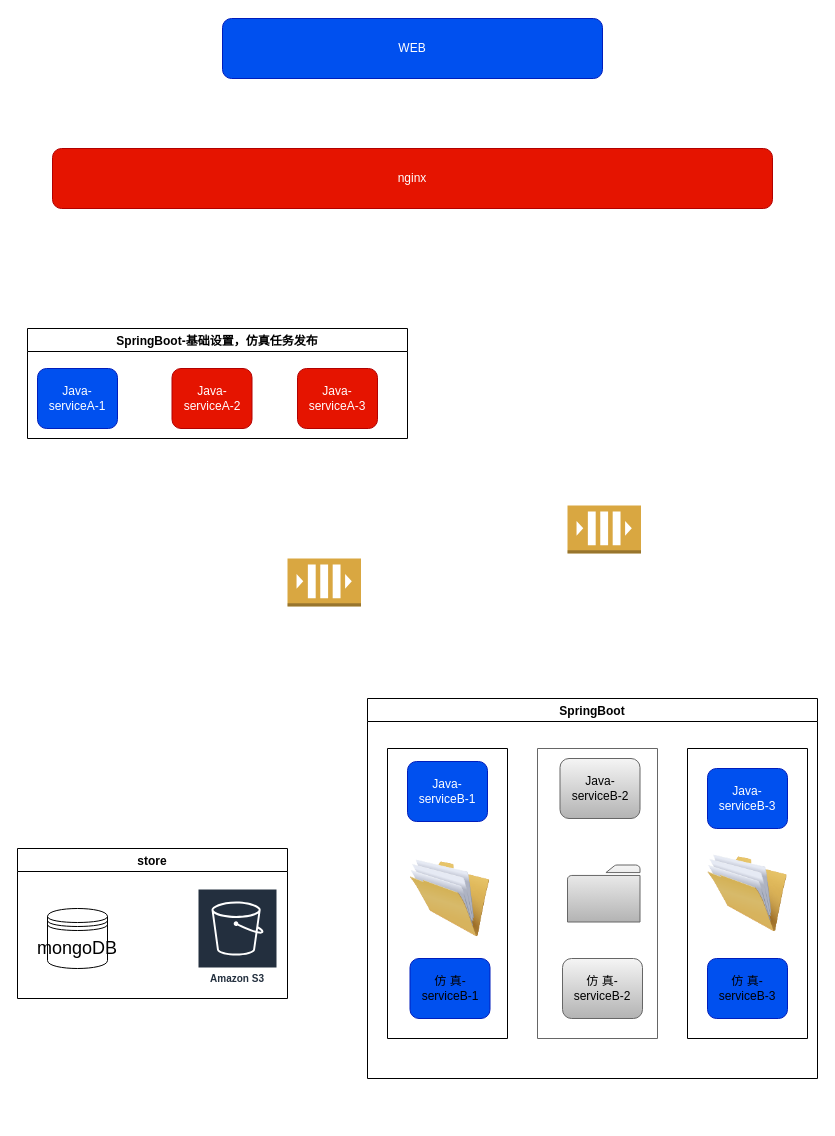
Above: doc/TechBusiness.drawio in yezhen701/VTCAD (draw.io), before the change. Source tidied: cells renumbered, new cells numbered last; positions are measured from the earlier drawing's top-left corner, leaving out a move shared by most shapes. Both pictures are drawn from the tidied source at 100%, with x=0, y=0 at pixel (17, 18). Pictures stored in the file or linked from it are replaced by grey dashed boxes.
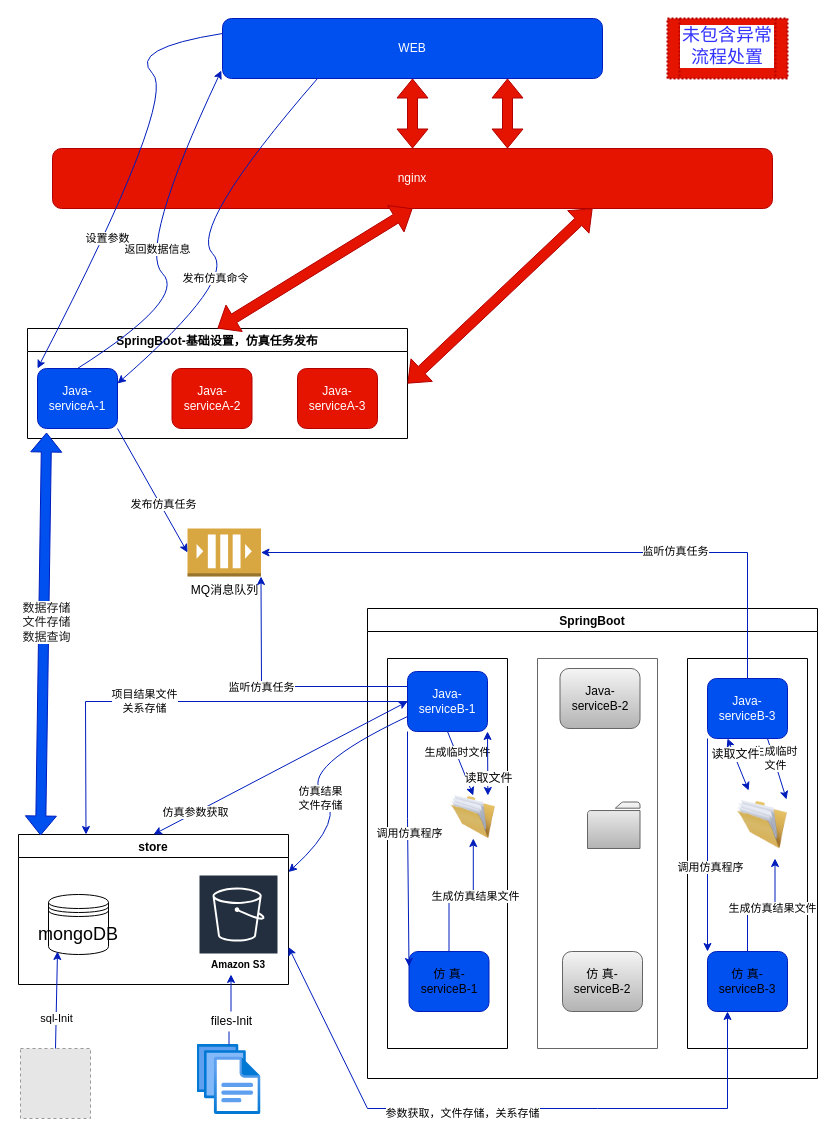
The same diagram, later.

The change refers to these unchanged cells:
```xml
<mxCell id="2" value="WEB" style="rounded=1;whiteSpace=wrap;html=1;fontColor=#ffffff;strokeColor=#001DBC;fillColor=#0050ef;" parent="1" vertex="1">
  <mxGeometry x="205" width="380" height="60" as="geometry" />
</mxCell>
<mxCell id="4" value="mongoDB" style="shape=datastore;whiteSpace=wrap;html=1;fontSize=18;fillColor=default;strokeColor=default;fontColor=default;" parent="3" vertex="1">
  <mxGeometry x="30" y="60" width="60" height="60" as="geometry" />
</mxCell>
<mxCell id="6" value="nginx" style="rounded=1;whiteSpace=wrap;html=1;fontColor=#ffffff;strokeColor=#B20000;fillColor=#e51400;" parent="1" vertex="1">
  <mxGeometry x="35" y="130" width="720" height="60" as="geometry" />
</mxCell>
<mxCell id="7" value="SpringBoot-基础设置，仿真任务发布" style="swimlane;fontColor=default;strokeColor=default;fillColor=default;" parent="1" vertex="1">
  <mxGeometry x="10" y="310" width="380" height="110" as="geometry" />
</mxCell>
<mxCell id="8" value="Java-serviceA-1" style="rounded=1;whiteSpace=wrap;html=1;fontColor=#ffffff;strokeColor=#001DBC;fillColor=#0050ef;" parent="7" vertex="1">
  <mxGeometry x="10" y="40" width="80" height="60" as="geometry" />
</mxCell>
<mxCell id="17" value="Java-serviceB-1" style="rounded=1;whiteSpace=wrap;html=1;fontColor=#ffffff;strokeColor=#001DBC;fillColor=#0050ef;" parent="16" vertex="1">
  <mxGeometry x="20" y="13" width="80" height="60" as="geometry" />
</mxCell>
<mxCell id="21" value="Java-serviceB-3" style="rounded=1;whiteSpace=wrap;html=1;strokeColor=#001DBC;fillColor=#0050ef;fontColor=#ffffff;" parent="20" vertex="1">
  <mxGeometry x="20" y="20" width="80" height="60" as="geometry" />
</mxCell>
```

What changed in the source:
```diff
@@
     <mxCell id="3" value="store" style="swimlane;fontColor=default;strokeColor=default;fillColor=default;" parent="1" vertex="1">
-      <mxGeometry y="830" width="270" height="150" as="geometry" />
+      <mxGeometry x="1" y="816" width="270" height="150" as="geometry" />
     </mxCell>
@@
-    <mxCell id="5" value="Amazon S3" style="sketch=0;outlineConnect=0;fontColor=#232F3E;gradientColor=none;strokeColor=#ffffff;fillColor=#232F3E;dashed=0;verticalLabelPosition=middle;verticalAlign=bottom;align=center;html=1;whiteSpace=wrap;fontSize=10;fontStyle=1;spacing=3;shape=mxgraph.aws4.productIcon;prIcon=mxgraph.aws4.s3;" parent="3" vertex="1">
+    <mxCell id="5" value="Amazon S3" style="sketch=0;outlineConnect=0;fontColor=default;gradientColor=none;strokeColor=#ffffff;fillColor=#232F3E;dashed=0;verticalLabelPosition=middle;verticalAlign=bottom;align=center;html=1;whiteSpace=wrap;fontSize=10;fontStyle=1;spacing=3;shape=mxgraph.aws4.productIcon;prIcon=mxgraph.aws4.s3;" parent="3" vertex="1">
       <mxGeometry x="180" y="40" width="80" height="100" as="geometry" />
     </mxCell>
@@
     <mxCell id="11" value="SpringBoot" style="swimlane;fontColor=default;strokeColor=default;fillColor=default;" parent="1" vertex="1">
-      <mxGeometry x="350" y="680" width="450" height="380" as="geometry" />
+      <mxGeometry x="350" y="590" width="450" height="470" as="geometry" />
     </mxCell>
     <mxCell id="12" style="swimlane;startSize=0;fontColor=#333333;strokeColor=#666666;fillColor=#E6E6E6;" parent="11" vertex="1">
-      <mxGeometry x="170" y="50" width="120" height="290" as="geometry" />
+      <mxGeometry x="170" y="50" width="120" height="390" as="geometry" />
     </mxCell>
@@
     <mxCell id="14" value="仿 真-serviceB-2" style="rounded=1;whiteSpace=wrap;html=1;strokeColor=#666666;fillColor=#f5f5f5;gradientColor=#b3b3b3;fontColor=default;" parent="12" vertex="1">
-      <mxGeometry x="25" y="210" width="80" height="60" as="geometry" />
+      <mxGeometry x="25" y="293" width="80" height="60" as="geometry" />
     </mxCell>
     <mxCell id="15" style="sketch=0;shadow=0;dashed=0;html=1;strokeColor=#666666;fillColor=#f5f5f5;labelPosition=center;verticalLabelPosition=bottom;verticalAlign=top;align=center;shape=mxgraph.office.concepts.folder;dashPattern=1 1;labelBackgroundColor=#ffffff;gradientColor=#b3b3b3;fontColor=default;" parent="12" vertex="1">
-      <mxGeometry x="30" y="116.5" width="72.5" height="57" as="geometry" />
+      <mxGeometry x="50" y="143.5" width="52.5" height="46.5" as="geometry" />
     </mxCell>
     <mxCell id="16" style="swimlane;startSize=0;fontColor=default;strokeColor=default;fillColor=default;" parent="11" vertex="1">
-      <mxGeometry x="20" y="50" width="120" height="290" as="geometry" />
+      <mxGeometry x="20" y="50" width="120" height="390" as="geometry" />
     </mxCell>
@@
+    <mxCell id="26" style="edgeStyle=orthogonalEdgeStyle;rounded=0;jettySize=auto;html=1;labelBackgroundColor=default;fontColor=default;strokeColor=#001DBC;fillColor=#0050ef;" parent="16" edge="1" source="18" target="19">
+      <mxGeometry relative="1" as="geometry" />
+    </mxCell>
+    <mxCell id="27" value="生成仿真结果文件" style="edgeLabel;html=1;align=center;verticalAlign=middle;fontColor=default;" parent="26" vertex="1">
+      <mxGeometry x="0.18" y="-2" relative="1" as="geometry">
+        <mxPoint y="1" as="offset" />
+      </mxGeometry>
+    </mxCell>
     <mxCell id="18" value="仿 真-serviceB-1" style="rounded=1;whiteSpace=wrap;html=1;fontColor=default;strokeColor=#001DBC;fillColor=#0050ef;" parent="16" vertex="1">
-      <mxGeometry x="22.5" y="210" width="80" height="60" as="geometry" />
+      <mxGeometry x="21.5" y="293" width="80" height="60" as="geometry" />
     </mxCell>
     <mxCell id="19" style="image;html=1;image=img/lib/clip_art/general/Full_Folder_128x128.png;shadow=0;dashed=0;labelBackgroundColor=#ffffff;fontColor=default;strokeColor=default;strokeWidth=2;fillColor=none;verticalAlign=top;" parent="16" vertex="1">
-      <mxGeometry x="22.5" y="110" width="80" height="80" as="geometry" />
+      <mxGeometry x="56.5" y="137" width="58.5" height="43" as="geometry" />
     </mxCell>
+    <mxCell id="28" style="endArrow=classic;html=1;rounded=0;labelBackgroundColor=default;fontColor=default;strokeColor=#001DBC;exitX=0.5;exitY=1;exitDx=0;exitDy=0;entryX=0.5;entryY=0;entryDx=0;entryDy=0;fillColor=#0050ef;" parent="16" edge="1" source="17" target="19">
+      <mxGeometry relative="1" as="geometry" />
+    </mxCell>
+    <mxCell id="29" value="生成临时文件" style="edgeLabel;html=1;align=center;verticalAlign=middle;fontColor=default;" parent="28" vertex="1">
+      <mxGeometry x="-0.34" y="1" relative="1" as="geometry" />
+    </mxCell>
+    <mxCell id="30" style="endArrow=classic;html=1;rounded=0;labelBackgroundColor=default;fontColor=default;strokeColor=#001DBC;exitX=0;exitY=1;exitDx=0;exitDy=0;entryX=0;entryY=0.25;entryDx=0;entryDy=0;fillColor=#0050ef;" parent="16" edge="1" source="17" target="18">
+      <mxGeometry relative="1" as="geometry">
+        <Array as="points">
+          <mxPoint x="20" y="160" />
+        </Array>
+      </mxGeometry>
+    </mxCell>
+    <mxCell id="31" value="调用仿真程序" style="edgeLabel;html=1;align=center;verticalAlign=middle;fontColor=default;" parent="30" vertex="1">
+      <mxGeometry x="-0.13" y="1" relative="1" as="geometry" />
+    </mxCell>
+    <mxCell id="32" style="endArrow=classic;startArrow=classic;html=1;rounded=0;labelBackgroundColor=default;fontSize=12;fontColor=default;strokeColor=#001DBC;entryX=1;entryY=1;entryDx=0;entryDy=0;exitX=0.75;exitY=0;exitDx=0;exitDy=0;fillColor=#0050ef;" parent="16" edge="1" source="19" target="17">
+      <mxGeometry relative="1" as="geometry" />
+    </mxCell>
+    <mxCell id="33" value="读取文件" style="edgeLabel;html=1;align=center;verticalAlign=middle;fontSize=12;fontColor=default;labelBackgroundColor=default;" parent="32" vertex="1">
+      <mxGeometry x="-0.45" relative="1" as="geometry" />
+    </mxCell>
     <mxCell id="20" style="swimlane;startSize=0;fontColor=default;strokeColor=default;fillColor=default;" parent="11" vertex="1">
-      <mxGeometry x="320" y="50" width="120" height="290" as="geometry" />
+      <mxGeometry x="320" y="50" width="120" height="390" as="geometry" />
     </mxCell>
@@
     <mxCell id="22" value="仿 真-serviceB-3" style="rounded=1;whiteSpace=wrap;html=1;strokeColor=#001DBC;fillColor=#0050ef;fontColor=default;" parent="20" vertex="1">
-      <mxGeometry x="20" y="210" width="80" height="60" as="geometry" />
+      <mxGeometry x="20" y="293" width="80" height="60" as="geometry" />
     </mxCell>
     <mxCell id="23" style="image;html=1;image=img/lib/clip_art/general/Full_Folder_128x128.png;shadow=0;dashed=0;labelBackgroundColor=#ffffff;fontColor=default;strokeColor=default;strokeWidth=2;fillColor=none;verticalAlign=top;" parent="20" vertex="1">
-      <mxGeometry x="20" y="105" width="80" height="80" as="geometry" />
+      <mxGeometry x="50" y="132" width="50" height="68" as="geometry" />
     </mxCell>
-    <mxCell id="24" style="dashed=0;verticalLabelPosition=bottom;verticalAlign=top;align=center;html=1;shape=mxgraph.aws3.queue;fillColor=#D9A741;gradientColor=none;fontColor=default;strokeColor=default;" parent="1" vertex="1">
-      <mxGeometry x="550" y="487" width="73.5" height="48" as="geometry" />
-    </mxCell>
+    <mxCell id="34" style="endArrow=classic;html=1;rounded=0;labelBackgroundColor=default;fontColor=default;strokeColor=#001DBC;exitX=0.75;exitY=1;exitDx=0;exitDy=0;entryX=0.98;entryY=0.132;entryDx=0;entryDy=0;fillColor=#0050ef;entryPerimeter=0;" parent="20" edge="1" source="21" target="23">
+      <mxGeometry relative="1" as="geometry" />
+    </mxCell>
+    <mxCell id="35" value="生成临时&lt;br&gt;文件" style="edgeLabel;html=1;align=center;verticalAlign=middle;fontColor=default;labelBackgroundColor=default;" parent="34" vertex="1">
+      <mxGeometry x="-0.34" y="1" relative="1" as="geometry" />
+    </mxCell>
+    <mxCell id="36" style="edgeStyle=orthogonalEdgeStyle;rounded=0;jettySize=auto;html=1;labelBackgroundColor=default;fontColor=default;strokeColor=#001DBC;fillColor=#0050ef;entryX=0.75;entryY=1;entryDx=0;entryDy=0;exitX=0.5;exitY=0;exitDx=0;exitDy=0;" parent="20" edge="1" source="22" target="23">
+      <mxGeometry relative="1" as="geometry" />
+    </mxCell>
+    <mxCell id="37" value="生成仿真结果文件" style="edgeLabel;html=1;align=center;verticalAlign=middle;fontColor=default;" parent="36" vertex="1">
+      <mxGeometry x="0.18" y="-2" relative="1" as="geometry">
+        <mxPoint y="1" as="offset" />
+      </mxGeometry>
+    </mxCell>
+    <mxCell id="38" style="endArrow=classic;html=1;rounded=0;labelBackgroundColor=default;fontColor=default;strokeColor=#001DBC;exitX=0;exitY=1;exitDx=0;exitDy=0;entryX=0;entryY=0;entryDx=0;entryDy=0;fillColor=#0050ef;" parent="20" edge="1" source="21" target="22">
+      <mxGeometry relative="1" as="geometry" />
+    </mxCell>
+    <mxCell id="39" value="调用仿真程序" style="edgeLabel;html=1;align=center;verticalAlign=middle;fontColor=default;" parent="38" vertex="1">
+      <mxGeometry x="0.2" y="2" relative="1" as="geometry" />
+    </mxCell>
+    <mxCell id="40" style="endArrow=classic;startArrow=classic;html=1;rounded=0;labelBackgroundColor=default;fontSize=12;fontColor=default;strokeColor=#001DBC;entryX=0.25;entryY=1;entryDx=0;entryDy=0;fillColor=#0050ef;" parent="20" edge="1" source="23" target="21">
+      <mxGeometry relative="1" as="geometry" />
+    </mxCell>
+    <mxCell id="41" value="读取文件" style="edgeLabel;html=1;align=center;verticalAlign=middle;fontSize=12;fontColor=default;" parent="40" vertex="1">
+      <mxGeometry x="0.38" relative="1" as="geometry">
+        <mxPoint x="1" as="offset" />
+      </mxGeometry>
+    </mxCell>
-    <mxCell id="25" style="outlineConnect=0;dashed=0;verticalLabelPosition=bottom;verticalAlign=top;align=center;html=1;shape=mxgraph.aws3.queue;fillColor=#D9A741;gradientColor=none;fontColor=default;strokeColor=default;" parent="1" vertex="1">
-      <mxGeometry x="270" y="540" width="73.5" height="48" as="geometry" />
+    <mxCell id="25" value="MQ消息队列" style="outlineConnect=0;dashed=0;verticalLabelPosition=bottom;verticalAlign=top;align=center;html=1;shape=mxgraph.aws3.queue;fillColor=#D9A741;gradientColor=none;fontColor=default;strokeColor=default;" parent="1" vertex="1">
+      <mxGeometry x="170" y="510" width="73.5" height="48" as="geometry" />
     </mxCell>
+    <mxCell id="42" value="设置参数" style="curved=1;endArrow=classic;html=1;rounded=0;labelBackgroundColor=default;fontColor=default;strokeColor=#001DBC;exitX=0;exitY=0.25;exitDx=0;exitDy=0;entryX=0;entryY=0;entryDx=0;entryDy=0;fillColor=#0050ef;" parent="1" edge="1" source="2" target="8">
+      <mxGeometry x="0.37" y="2" relative="1" as="geometry">
+        <Array as="points">
+          <mxPoint x="110" y="30" />
+          <mxPoint x="160" y="80" />
+        </Array>
+      </mxGeometry>
+    </mxCell>
+    <mxCell id="43" style="curved=1;endArrow=classic;html=1;rounded=0;labelBackgroundColor=default;fontColor=default;strokeColor=#001DBC;exitX=0.5;exitY=0;exitDx=0;exitDy=0;entryX=-0.003;entryY=0.867;entryDx=0;entryDy=0;entryPerimeter=0;fillColor=#0050ef;" parent="1" edge="1" source="8" target="2">
+      <mxGeometry relative="1" as="geometry">
+        <Array as="points">
+          <mxPoint x="170" y="280" />
+          <mxPoint x="120" y="230" />
+        </Array>
+      </mxGeometry>
+    </mxCell>
+    <mxCell id="44" value="返回数据信息" style="edgeLabel;html=1;align=center;verticalAlign=middle;fontColor=default;" parent="43" vertex="1">
+      <mxGeometry x="-0.06" y="-13" relative="1" as="geometry" />
+    </mxCell>
+    <mxCell id="45" style="curved=1;endArrow=classic;html=1;rounded=0;labelBackgroundColor=default;fontColor=default;strokeColor=#001DBC;exitX=0.25;exitY=1;exitDx=0;exitDy=0;entryX=1;entryY=0.25;entryDx=0;entryDy=0;fillColor=#0050ef;" parent="1" edge="1" source="2" target="8">
+      <mxGeometry relative="1" as="geometry">
+        <Array as="points">
+          <mxPoint x="170" y="210" />
+          <mxPoint x="220" y="260" />
+        </Array>
+      </mxGeometry>
+    </mxCell>
+    <mxCell id="46" value="发布仿真命令" style="edgeLabel;html=1;align=center;verticalAlign=middle;fontColor=default;" parent="45" vertex="1">
+      <mxGeometry x="0.18" y="-16" relative="1" as="geometry" />
+    </mxCell>
+    <mxCell id="47" style="endArrow=classic;html=1;rounded=0;labelBackgroundColor=default;fontColor=default;strokeColor=#001DBC;exitX=1;exitY=1;exitDx=0;exitDy=0;entryX=0;entryY=0.5;entryDx=0;entryDy=0;entryPerimeter=0;fillColor=#0050ef;" parent="1" edge="1" source="8" target="25">
+      <mxGeometry relative="1" as="geometry" />
+    </mxCell>
+    <mxCell id="48" value="发布仿真任务" style="edgeLabel;html=1;align=center;verticalAlign=middle;fontColor=default;" parent="47" vertex="1">
+      <mxGeometry x="0.24" y="2" relative="1" as="geometry" />
+    </mxCell>
+    <mxCell id="49" style="shape=flexArrow;endArrow=classic;startArrow=classic;html=1;rounded=0;labelBackgroundColor=default;fontColor=default;strokeColor=#B20000;entryX=0.5;entryY=1;entryDx=0;entryDy=0;fillColor=#e51400;" parent="1" edge="1" source="6" target="2">
+      <mxGeometry relative="1" as="geometry" />
+    </mxCell>
+    <mxCell id="50" style="shape=flexArrow;endArrow=classic;startArrow=classic;html=1;rounded=0;labelBackgroundColor=default;fontColor=default;strokeColor=#B20000;entryX=0.5;entryY=1;entryDx=0;entryDy=0;fillColor=#e51400;" parent="1" edge="1">
+      <mxGeometry relative="1" as="geometry">
+        <mxPoint x="490" y="130" as="sourcePoint" />
+        <mxPoint x="490" y="60" as="targetPoint" />
+      </mxGeometry>
+    </mxCell>
+    <mxCell id="51" style="shape=flexArrow;endArrow=classic;startArrow=classic;html=1;rounded=0;labelBackgroundColor=default;fontColor=default;strokeColor=#B20000;entryX=0.5;entryY=1;entryDx=0;entryDy=0;exitX=0.5;exitY=0;exitDx=0;exitDy=0;fillColor=#e51400;" parent="1" edge="1" source="7" target="6">
+      <mxGeometry relative="1" as="geometry" />
+    </mxCell>
+    <mxCell id="52" style="shape=flexArrow;endArrow=classic;startArrow=classic;html=1;rounded=0;labelBackgroundColor=default;fontColor=default;strokeColor=#B20000;entryX=0.75;entryY=1;entryDx=0;entryDy=0;exitX=1;exitY=0.5;exitDx=0;exitDy=0;fillColor=#e51400;" parent="1" edge="1" source="7" target="6">
+      <mxGeometry relative="1" as="geometry" />
+    </mxCell>
+    <mxCell id="53" style="endArrow=classic;html=1;rounded=0;labelBackgroundColor=default;fontColor=default;strokeColor=#001DBC;entryX=1;entryY=1;entryDx=0;entryDy=0;entryPerimeter=0;exitX=0;exitY=0.25;exitDx=0;exitDy=0;fillColor=#0050ef;" parent="1" edge="1" source="17" target="25">
+      <mxGeometry relative="1" as="geometry">
+        <Array as="points">
+          <mxPoint x="244" y="668" />
+        </Array>
+      </mxGeometry>
+    </mxCell>
+    <mxCell id="54" value="监听仿真任务" style="edgeLabel;html=1;align=center;verticalAlign=middle;fontColor=default;labelBackgroundColor=default;" parent="53" vertex="1">
+      <mxGeometry x="0.14" y="1" relative="1" as="geometry" />
+    </mxCell>
+    <mxCell id="55" style="curved=1;endArrow=classic;html=1;rounded=0;labelBackgroundColor=default;fontColor=default;strokeColor=#001DBC;exitX=0;exitY=0.75;exitDx=0;exitDy=0;entryX=1;entryY=0.25;entryDx=0;entryDy=0;fillColor=#0050ef;" parent="1" edge="1" source="17" target="3">
+      <mxGeometry relative="1" as="geometry">
+        <Array as="points">
+          <mxPoint x="280" y="750" />
+          <mxPoint x="330" y="800" />
+        </Array>
+      </mxGeometry>
+    </mxCell>
+    <mxCell id="56" value="仿真结果&lt;br&gt;文件存储" style="edgeLabel;html=1;align=center;verticalAlign=middle;fontColor=default;" parent="55" vertex="1">
+      <mxGeometry x="0.17" y="-6" relative="1" as="geometry">
+        <mxPoint y="-1" as="offset" />
+      </mxGeometry>
+    </mxCell>
+    <mxCell id="57" style="endArrow=classic;html=1;rounded=0;labelBackgroundColor=default;fontColor=default;strokeColor=#001DBC;exitX=0.5;exitY=0;exitDx=0;exitDy=0;entryX=1;entryY=0.5;entryDx=0;entryDy=0;entryPerimeter=0;fillColor=#0050ef;" parent="1" edge="1" source="21" target="25">
+      <mxGeometry relative="1" as="geometry">
+        <Array as="points">
+          <mxPoint x="730" y="534" />
+        </Array>
+      </mxGeometry>
+    </mxCell>
+    <mxCell id="58" value="监听仿真任务" style="edgeLabel;html=1;align=center;verticalAlign=middle;fontColor=default;" parent="57" vertex="1">
+      <mxGeometry x="-0.35" y="-2" relative="1" as="geometry" />
+    </mxCell>
+    <mxCell id="59" style="endArrow=classic;html=1;rounded=0;labelBackgroundColor=default;fontColor=default;strokeColor=#001DBC;exitX=0;exitY=0.5;exitDx=0;exitDy=0;entryX=0.25;entryY=0;entryDx=0;entryDy=0;fillColor=#0050ef;" parent="1" edge="1" source="17" target="3">
+      <mxGeometry relative="1" as="geometry">
+        <Array as="points">
+          <mxPoint x="68" y="683" />
+        </Array>
+      </mxGeometry>
+    </mxCell>
+    <mxCell id="60" value="项目结果文件&lt;br&gt;关系存储" style="edgeLabel;html=1;align=center;verticalAlign=middle;fontColor=default;" parent="59" vertex="1">
+      <mxGeometry x="0.16" y="-1" relative="1" as="geometry" />
+    </mxCell>
+    <mxCell id="61" style="endArrow=classic;startArrow=classic;html=1;rounded=0;labelBackgroundColor=default;fontColor=default;strokeColor=#001DBC;entryX=0;entryY=0.5;entryDx=0;entryDy=0;exitX=0.5;exitY=0;exitDx=0;exitDy=0;fillColor=#0050ef;" parent="1" edge="1" source="3" target="17">
+      <mxGeometry relative="1" as="geometry" />
+    </mxCell>
+    <mxCell id="62" value="仿真参数获取" style="edgeLabel;html=1;align=center;verticalAlign=middle;fontColor=default;" parent="61" vertex="1">
+      <mxGeometry x="-0.67" y="1" relative="1" as="geometry" />
+    </mxCell>
+    <mxCell id="63" style="endArrow=classic;startArrow=classic;html=1;rounded=0;labelBackgroundColor=default;fontColor=default;strokeColor=#001DBC;entryX=0.25;entryY=1;entryDx=0;entryDy=0;exitX=1;exitY=0.75;exitDx=0;exitDy=0;fillColor=#0050ef;" parent="1" edge="1" source="3" target="22">
+      <mxGeometry relative="1" as="geometry">
+        <Array as="points">
+          <mxPoint x="350" y="1090" />
+          <mxPoint x="580" y="1090" />
+          <mxPoint x="710" y="1090" />
+        </Array>
+      </mxGeometry>
+    </mxCell>
+    <mxCell id="64" value="参数获取，文件存储，关系存储" style="edgeLabel;html=1;align=center;verticalAlign=middle;fontColor=default;labelBackgroundColor=default;" parent="63" vertex="1">
+      <mxGeometry x="-0.14" y="-4" relative="1" as="geometry" />
+    </mxCell>
+    <mxCell id="65" style="fillColor=#E6E6E6;strokeColor=#999999;dashed=1;html=1;verticalAlign=top;verticalLabelPosition=bottom;labelBackgroundColor=#ffffff;fontColor=default;" parent="1" vertex="1">
+      <mxGeometry x="3" y="1030" width="70" height="70" as="geometry" />
+    </mxCell>
+    <mxCell id="66" style="endArrow=classic;html=1;rounded=0;labelBackgroundColor=default;fontColor=default;strokeColor=#001DBC;exitX=0.5;exitY=0;exitDx=0;exitDy=0;entryX=0.15;entryY=0.95;entryDx=0;entryDy=0;entryPerimeter=0;fillColor=#0050ef;" parent="1" edge="1" source="65" target="4">
+      <mxGeometry relative="1" as="geometry" />
+    </mxCell>
+    <mxCell id="67" value="sql-Init" style="edgeLabel;html=1;align=center;verticalAlign=middle;fontColor=default;" parent="66" vertex="1">
+      <mxGeometry x="-0.36" relative="1" as="geometry" />
+    </mxCell>
+    <mxCell id="68" style="edgeStyle=orthogonalEdgeStyle;rounded=0;jettySize=auto;html=1;labelBackgroundColor=default;fontColor=default;strokeColor=#001DBC;fillColor=#0050ef;startArrow=none;" parent="1" edge="1" source="70" target="5">
+      <mxGeometry relative="1" as="geometry">
+        <Array as="points">
+          <mxPoint x="221" y="1000" />
+        </Array>
+      </mxGeometry>
+    </mxCell>
+    <mxCell id="69" style="html=1;points=[];align=center;image;fontSize=12;image=img/lib/azure2/general/Files.svg;shadow=0;dashed=1;dashPattern=1 1;labelBackgroundColor=default;fontColor=default;strokeColor=default;strokeWidth=2;fillColor=default;" parent="1" vertex="1">
+      <mxGeometry x="179.5" y="1026" width="64" height="70" as="geometry" />
+    </mxCell>
+    <mxCell id="70" value="files-Init" style="text;html=1;align=center;verticalAlign=middle;points=[];strokeColor=none;fillColor=none;fontColor=default;" parent="1" vertex="1">
+      <mxGeometry x="183.5" y="993" width="60" height="20" as="geometry" />
+    </mxCell>
+    <mxCell id="71" style="edgeStyle=orthogonalEdgeStyle;rounded=0;jettySize=auto;html=1;labelBackgroundColor=default;fontColor=default;strokeColor=#001DBC;fillColor=#0050ef;endArrow=none;" parent="1" edge="1" source="69" target="70">
+      <mxGeometry relative="1" as="geometry">
+        <Array as="points">
+          <mxPoint x="221" y="1000" />
+        </Array>
+      </mxGeometry>
+    </mxCell>
+    <mxCell id="72" value="&lt;font style=&quot;font-size: 18px&quot; color=&quot;#3333ff&quot;&gt;未包含异常流程处置&lt;/font&gt;" style="shape=process;whiteSpace=wrap;html=1;backgroundOutline=1;shadow=0;dashed=1;dashPattern=1 1;labelBackgroundColor=default;strokeWidth=2;verticalAlign=top;perimeterSpacing=1;fillColor=#e51400;strokeColor=#B20000;fontColor=#ffffff;" parent="1" vertex="1">
+      <mxGeometry x="650" width="120" height="60" as="geometry" />
+    </mxCell>
+    <mxCell id="73" style="shape=flexArrow;endArrow=classic;startArrow=classic;html=1;rounded=0;labelBackgroundColor=default;fontSize=18;fontColor=#3333FF;strokeColor=#001DBC;entryX=0.113;entryY=1.067;entryDx=0;entryDy=0;exitX=0.078;exitY=0.007;exitDx=0;exitDy=0;exitPerimeter=0;fillColor=#0050ef;entryPerimeter=0;" parent="1" edge="1" target="8">
+      <mxGeometry relative="1" as="geometry">
+        <mxPoint x="23.1" y="817" as="sourcePoint" />
+      </mxGeometry>
+    </mxCell>
+    <mxCell id="74" value="数据存储&lt;br style=&quot;font-size: 12px&quot;&gt;文件存储&lt;br&gt;数据查询" style="edgeLabel;html=1;align=center;verticalAlign=middle;fontSize=12;fontColor=#1A1A1A;labelBackgroundColor=default;" parent="73" vertex="1">
+      <mxGeometry x="0.06" y="-2" relative="1" as="geometry" />
+    </mxCell>
```
